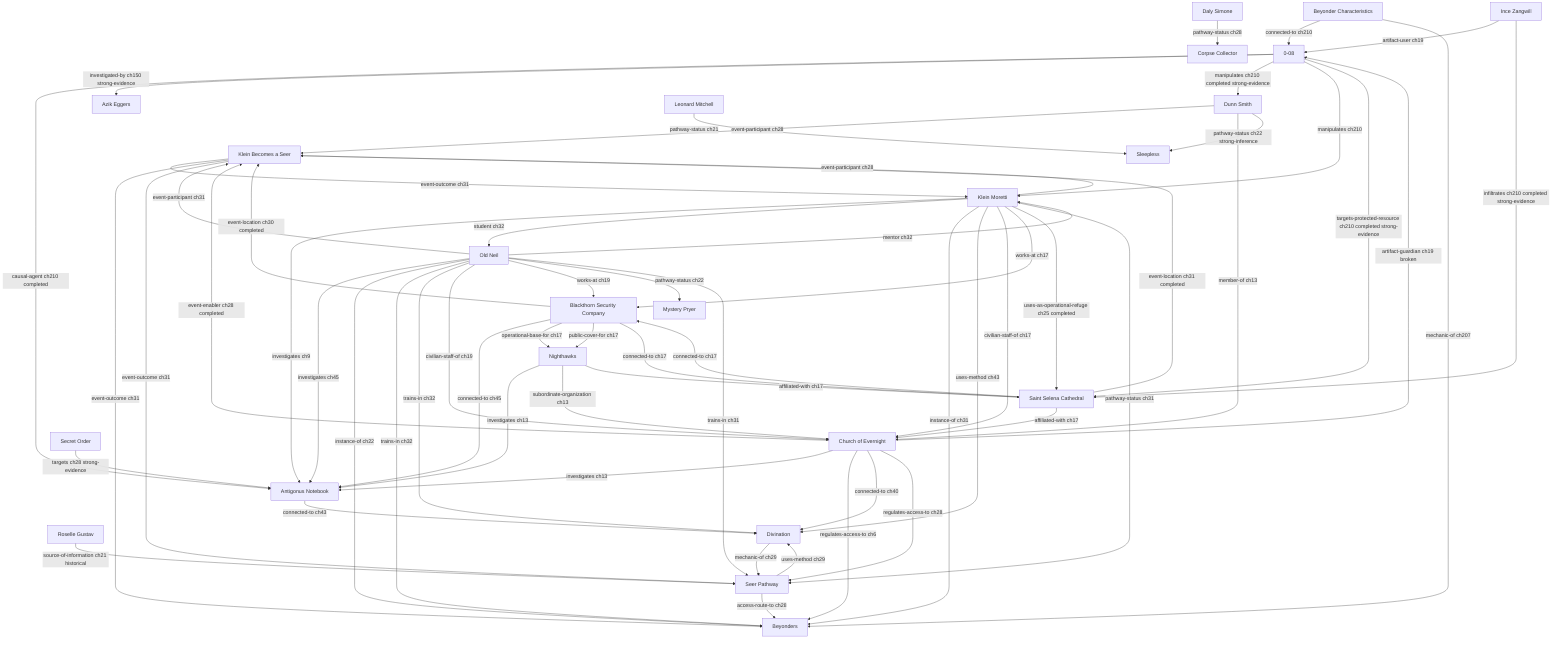
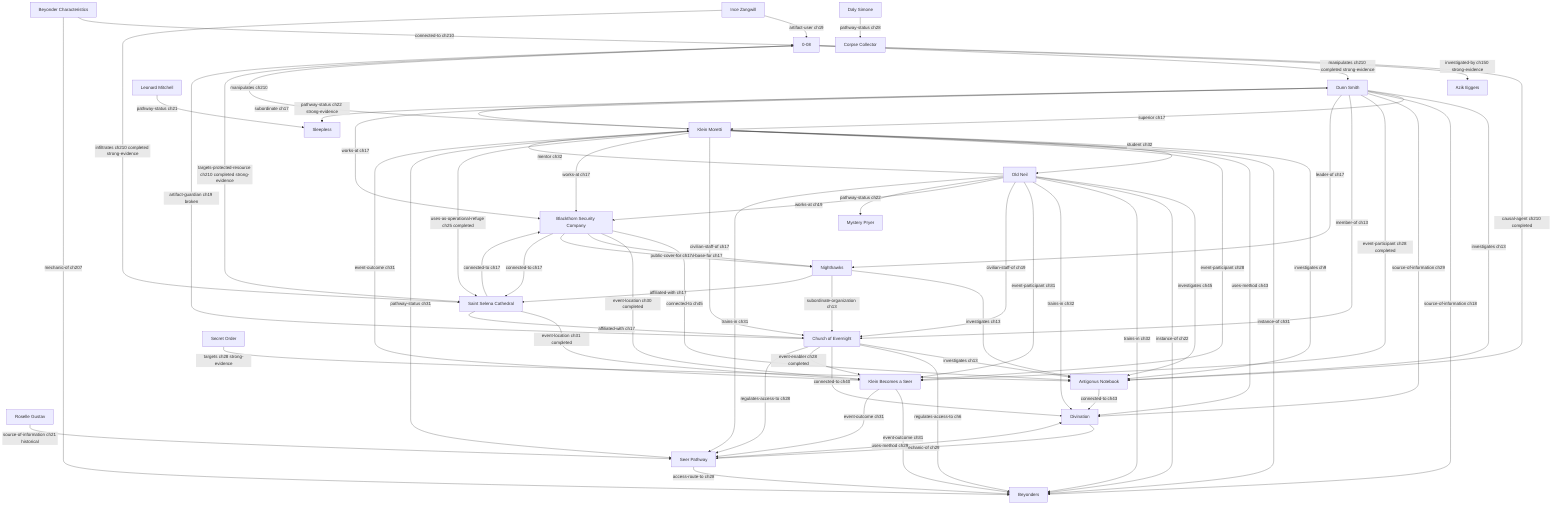
- graph TD
+ ﻿graph TD
  artifact_0_08["0-08"]
  artifact_antigonus_notebook["Antigonus Notebook"]
  character_azik_eggers["Azik Eggers"]
  character_daly_simone["Daly Simone"]
  character_dunn_smith["Dunn Smith"]
  character_ince_zangwill["Ince Zangwill"]
  character_klein_moretti["Klein Moretti"]
  character_leonard_mitchell["Leonard Mitchell"]
  character_old_neil["Old Neil"]
  character_roselle_gustav["Roselle Gustav"]
  concept_beyonder_characteristics["Beyonder Characteristics"]
  concept_beyonders["Beyonders"]
  concept_divination["Divination"]
  event_klein_becomes_a_seer["Klein Becomes a Seer"]
  faction_church_of_evernight["Church of Evernight"]
  faction_nighthawks["Nighthawks"]
  faction_secret_order["Secret Order"]
  location_blackthorn_security_company["Blackthorn Security Company"]
  location_saint_selena_cathedral["Saint Selena Cathedral"]
  pathway_corpse_collector["Corpse Collector"]
  pathway_mystery_pryer["Mystery Pryer"]
  pathway_seer["Seer Pathway"]
  pathway_sleepless["Sleepless"]

  artifact_0_08 -->|causal-agent ch210 completed| artifact_antigonus_notebook
  artifact_0_08 -->|investigated-by ch150 strong-evidence| character_azik_eggers
  artifact_0_08 -->|manipulates ch210 completed strong-evidence| character_dunn_smith
  artifact_0_08 -->|manipulates ch210| character_klein_moretti
  artifact_0_08 -->|targets-protected-resource ch210 completed strong-evidence| location_saint_selena_cathedral
  artifact_antigonus_notebook -->|connected-to ch43| concept_divination
  character_daly_simone -->|pathway-status ch28| pathway_corpse_collector
-   character_dunn_smith -->|event-participant ch28| event_klein_becomes_a_seer
+   character_dunn_smith -->|investigates ch13| artifact_antigonus_notebook
+   character_dunn_smith -->|superior ch17| character_klein_moretti
+   character_dunn_smith -->|source-of-information ch18| concept_beyonders
+   character_dunn_smith -->|source-of-information ch29| concept_divination
+   character_dunn_smith -->|event-participant ch28 completed| event_klein_becomes_a_seer
  character_dunn_smith -->|member-of ch13| faction_church_of_evernight
-   character_dunn_smith -->|pathway-status ch22 strong-inference| pathway_sleepless
+   character_dunn_smith -->|leader-of ch17| faction_nighthawks
+   character_dunn_smith -->|works-at ch17| location_blackthorn_security_company
+   character_dunn_smith -->|pathway-status ch22 strong-evidence| pathway_sleepless
  character_ince_zangwill -->|artifact-user ch19| artifact_0_08
  character_ince_zangwill -->|infiltrates ch210 completed strong-evidence| location_saint_selena_cathedral
  character_klein_moretti -->|investigates ch9| artifact_antigonus_notebook
+   character_klein_moretti -->|subordinate ch17| character_dunn_smith
  character_klein_moretti -->|student ch32| character_old_neil
  character_klein_moretti -->|instance-of ch31| concept_beyonders
  character_klein_moretti -->|uses-method ch43| concept_divination
  character_klein_moretti -->|event-participant ch28| event_klein_becomes_a_seer
  character_klein_moretti -->|civilian-staff-of ch17| faction_church_of_evernight
  character_klein_moretti -->|works-at ch17| location_blackthorn_security_company
  character_klein_moretti -->|uses-as-operational-refuge ch25 completed| location_saint_selena_cathedral
  character_klein_moretti -->|pathway-status ch31| pathway_seer
  character_leonard_mitchell -->|pathway-status ch21| pathway_sleepless
  character_old_neil -->|investigates ch45| artifact_antigonus_notebook
  character_old_neil -->|mentor ch32| character_klein_moretti
  character_old_neil -->|instance-of ch22| concept_beyonders
  character_old_neil -->|trains-in ch32| concept_beyonders
  character_old_neil -->|trains-in ch32| concept_divination
  character_old_neil -->|event-participant ch31| event_klein_becomes_a_seer
  character_old_neil -->|civilian-staff-of ch19| faction_church_of_evernight
  character_old_neil -->|works-at ch19| location_blackthorn_security_company
  character_old_neil -->|pathway-status ch22| pathway_mystery_pryer
  character_old_neil -->|trains-in ch31| pathway_seer
  character_roselle_gustav -->|source-of-information ch21 historical| pathway_seer
  concept_beyonder_characteristics -->|connected-to ch210| artifact_0_08
  concept_beyonder_characteristics -->|mechanic-of ch207| concept_beyonders
  concept_divination -->|mechanic-of ch29| pathway_seer
  event_klein_becomes_a_seer -->|event-outcome ch31| character_klein_moretti
  event_klein_becomes_a_seer -->|event-outcome ch31| concept_beyonders
  event_klein_becomes_a_seer -->|event-outcome ch31| pathway_seer
  faction_church_of_evernight -->|artifact-guardian ch19 broken| artifact_0_08
  faction_church_of_evernight -->|investigates ch13| artifact_antigonus_notebook
  faction_church_of_evernight -->|regulates-access-to ch6| concept_beyonders
  faction_church_of_evernight -->|connected-to ch40| concept_divination
  faction_church_of_evernight -->|event-enabler ch28 completed| event_klein_becomes_a_seer
  faction_church_of_evernight -->|regulates-access-to ch28| pathway_seer
  faction_nighthawks -->|investigates ch13| artifact_antigonus_notebook
  faction_nighthawks -->|subordinate-organization ch13| faction_church_of_evernight
  faction_nighthawks -->|affiliated-with ch17| location_saint_selena_cathedral
  faction_secret_order -->|targets ch28 strong-evidence| artifact_antigonus_notebook
  location_blackthorn_security_company -->|connected-to ch45| artifact_antigonus_notebook
  location_blackthorn_security_company -->|event-location ch30 completed| event_klein_becomes_a_seer
  location_blackthorn_security_company -->|operational-base-for ch17| faction_nighthawks
  location_blackthorn_security_company -->|public-cover-for ch17| faction_nighthawks
  location_blackthorn_security_company -->|connected-to ch17| location_saint_selena_cathedral
  location_saint_selena_cathedral -->|event-location ch31 completed| event_klein_becomes_a_seer
  location_saint_selena_cathedral -->|affiliated-with ch17| faction_church_of_evernight
  location_saint_selena_cathedral -->|connected-to ch17| location_blackthorn_security_company
  pathway_seer -->|access-route-to ch28| concept_beyonders
  pathway_seer -->|uses-method ch29| concept_divination
